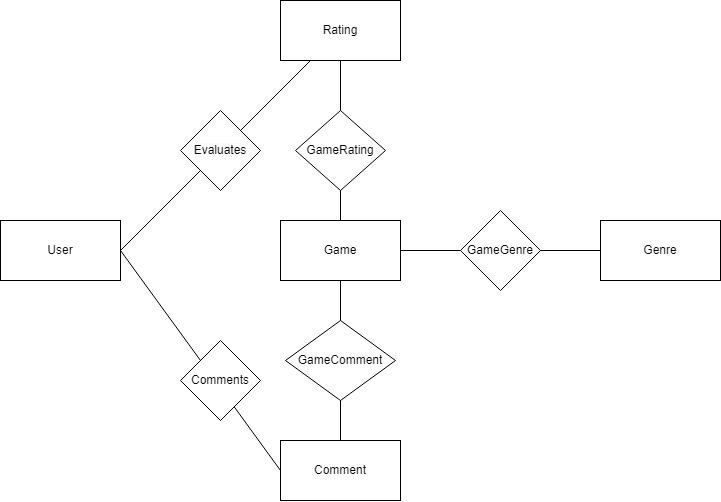
Before: ModeloConceitual.png, a diagram exported from draw.io (joaoGHF/Projeto-Integrador-Web-Senac). Source tidied: cells renumbered, new cells last; positions are measured from the earlier drawing's top-left corner, leaving out a move shared by most shapes. Its diagram source:
```xml
<mxGraphModel>
  <root>
    <mxCell id="0" />
    <mxCell id="1" parent="0" />
    <mxCell id="2" value="Game" style="rounded=0;whiteSpace=wrap;html=1;" parent="1" vertex="1">
      <mxGeometry x="280" y="220" width="120" height="60" as="geometry" />
    </mxCell>
    <mxCell id="3" value="Genre" style="rounded=0;whiteSpace=wrap;html=1;" parent="1" vertex="1">
      <mxGeometry x="600" y="220" width="120" height="60" as="geometry" />
    </mxCell>
    <mxCell id="4" value="Comment" style="rounded=0;whiteSpace=wrap;html=1;" parent="1" vertex="1">
      <mxGeometry x="280" y="440" width="120" height="60" as="geometry" />
    </mxCell>
    <mxCell id="5" value="Rating" style="rounded=0;whiteSpace=wrap;html=1;" parent="1" vertex="1">
      <mxGeometry x="280" width="120" height="60" as="geometry" />
    </mxCell>
    <mxCell id="6" value="User" style="rounded=0;whiteSpace=wrap;html=1;" parent="1" vertex="1">
      <mxGeometry y="220" width="120" height="60" as="geometry" />
    </mxCell>
    <mxCell id="7" style="endArrow=none;html=1;rounded=0;exitX=1;exitY=0.5;exitDx=0;exitDy=0;" parent="1" edge="1" source="6" target="5">
      <mxGeometry relative="1" as="geometry" />
    </mxCell>
    <mxCell id="8" style="endArrow=none;html=1;rounded=0;" parent="1" edge="1" source="2" target="5">
      <mxGeometry relative="1" as="geometry" />
    </mxCell>
    <mxCell id="9" style="endArrow=none;html=1;rounded=0;entryX=0;entryY=0.5;entryDx=0;entryDy=0;exitX=1;exitY=0.5;exitDx=0;exitDy=0;" parent="1" edge="1" source="2" target="3">
      <mxGeometry relative="1" as="geometry" />
    </mxCell>
    <mxCell id="10" style="endArrow=none;html=1;rounded=0;entryX=0.5;entryY=1;entryDx=0;entryDy=0;exitX=0.5;exitY=0;exitDx=0;exitDy=0;" parent="1" edge="1" source="4" target="2">
      <mxGeometry relative="1" as="geometry" />
    </mxCell>
    <mxCell id="11" value="GameRating" style="rhombus;whiteSpace=wrap;html=1;" parent="1" vertex="1">
      <mxGeometry x="295" y="110" width="90" height="80" as="geometry" />
    </mxCell>
    <mxCell id="12" value="GameComment" style="rhombus;whiteSpace=wrap;html=1;" parent="1" vertex="1">
      <mxGeometry x="285" y="320" width="110" height="80" as="geometry" />
    </mxCell>
    <mxCell id="13" value="GameGenre" style="rhombus;whiteSpace=wrap;html=1;" parent="1" vertex="1">
      <mxGeometry x="460" y="210" width="80" height="80" as="geometry" />
    </mxCell>
    <mxCell id="14" style="endArrow=none;html=1;rounded=0;exitX=1;exitY=0.5;exitDx=0;exitDy=0;entryX=0;entryY=0.5;entryDx=0;entryDy=0;" parent="1" edge="1" source="6" target="4">
      <mxGeometry relative="1" as="geometry" />
    </mxCell>
    <mxCell id="15" value="&lt;div style=&quot;text-align: center;&quot;&gt;&lt;span style=&quot;font-family: inherit; text-align: left; background-color: rgb(251, 251, 251);&quot;&gt;Evaluates&lt;/span&gt;&lt;/div&gt;" style="rhombus;whiteSpace=wrap;html=1;" parent="1" vertex="1">
      <mxGeometry x="180" y="110" width="80" height="80" as="geometry" />
    </mxCell>
    <mxCell id="16" value="Comments" style="rhombus;whiteSpace=wrap;html=1;" parent="1" vertex="1">
      <mxGeometry x="180" y="340" width="80" height="80" as="geometry" />
    </mxCell>
  </root>
</mxGraphModel>
```
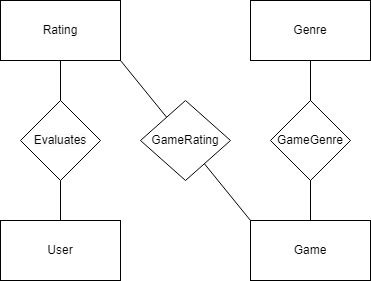
The same file after the commit.

Commit message:
Conceitual Model

Diff of the diagram source:
```diff
@@ -3,49 +3,37 @@
     <mxCell id="0" />
     <mxCell id="1" parent="0" />
     <mxCell id="2" value="Game" style="rounded=0;whiteSpace=wrap;html=1;" parent="1" vertex="1">
-      <mxGeometry x="280" y="220" width="120" height="60" as="geometry" />
+      <mxGeometry x="250" y="220" width="120" height="60" as="geometry" />
     </mxCell>
     <mxCell id="3" value="Genre" style="rounded=0;whiteSpace=wrap;html=1;" parent="1" vertex="1">
-      <mxGeometry x="600" y="220" width="120" height="60" as="geometry" />
+      <mxGeometry x="250" width="120" height="60" as="geometry" />
     </mxCell>
-    <mxCell id="4" value="Comment" style="rounded=0;whiteSpace=wrap;html=1;" parent="1" vertex="1">
-      <mxGeometry x="280" y="440" width="120" height="60" as="geometry" />
-    </mxCell>
     <mxCell id="5" value="Rating" style="rounded=0;whiteSpace=wrap;html=1;" parent="1" vertex="1">
-      <mxGeometry x="280" width="120" height="60" as="geometry" />
+      <mxGeometry width="120" height="60" as="geometry" />
     </mxCell>
     <mxCell id="6" value="User" style="rounded=0;whiteSpace=wrap;html=1;" parent="1" vertex="1">
       <mxGeometry y="220" width="120" height="60" as="geometry" />
     </mxCell>
-    <mxCell id="7" style="endArrow=none;html=1;rounded=0;exitX=1;exitY=0.5;exitDx=0;exitDy=0;" parent="1" edge="1" source="6" target="5">
+    <mxCell id="7" style="endArrow=none;html=1;rounded=0;" parent="1" edge="1" source="15" target="5">
       <mxGeometry relative="1" as="geometry" />
     </mxCell>
-    <mxCell id="8" style="endArrow=none;html=1;rounded=0;" parent="1" edge="1" source="2" target="5">
+    <mxCell id="8" style="endArrow=none;html=1;rounded=0;entryX=1;entryY=1;entryDx=0;entryDy=0;exitX=0;exitY=0;exitDx=0;exitDy=0;" parent="1" edge="1" source="2" target="5">
       <mxGeometry relative="1" as="geometry" />
     </mxCell>
-    <mxCell id="9" style="endArrow=none;html=1;rounded=0;entryX=0;entryY=0.5;entryDx=0;entryDy=0;exitX=1;exitY=0.5;exitDx=0;exitDy=0;" parent="1" edge="1" source="2" target="3">
+    <mxCell id="9" style="endArrow=none;html=1;rounded=0;entryX=0.5;entryY=1;entryDx=0;entryDy=0;" parent="1" edge="1" source="2" target="3">
       <mxGeometry relative="1" as="geometry" />
     </mxCell>
-    <mxCell id="10" style="endArrow=none;html=1;rounded=0;entryX=0.5;entryY=1;entryDx=0;entryDy=0;exitX=0.5;exitY=0;exitDx=0;exitDy=0;" parent="1" edge="1" source="4" target="2">
-      <mxGeometry relative="1" as="geometry" />
-    </mxCell>
     <mxCell id="11" value="GameRating" style="rhombus;whiteSpace=wrap;html=1;" parent="1" vertex="1">
-      <mxGeometry x="295" y="110" width="90" height="80" as="geometry" />
+      <mxGeometry x="140" y="100" width="90" height="80" as="geometry" />
     </mxCell>
-    <mxCell id="12" value="GameComment" style="rhombus;whiteSpace=wrap;html=1;" parent="1" vertex="1">
-      <mxGeometry x="285" y="320" width="110" height="80" as="geometry" />
-    </mxCell>
     <mxCell id="13" value="GameGenre" style="rhombus;whiteSpace=wrap;html=1;" parent="1" vertex="1">
-      <mxGeometry x="460" y="210" width="80" height="80" as="geometry" />
+      <mxGeometry x="270" y="100" width="80" height="80" as="geometry" />
     </mxCell>
-    <mxCell id="14" style="endArrow=none;html=1;rounded=0;exitX=1;exitY=0.5;exitDx=0;exitDy=0;entryX=0;entryY=0.5;entryDx=0;entryDy=0;" parent="1" edge="1" source="6" target="4">
-      <mxGeometry relative="1" as="geometry" />
-    </mxCell>
+    <mxCell id="17" style="endArrow=none;html=1;rounded=0;" parent="1" edge="1" source="6" target="15">
+      <mxGeometry relative="1" as="geometry" />
+    </mxCell>
     <mxCell id="15" value="&lt;div style=&quot;text-align: center;&quot;&gt;&lt;span style=&quot;font-family: inherit; text-align: left; background-color: rgb(251, 251, 251);&quot;&gt;Evaluates&lt;/span&gt;&lt;/div&gt;" style="rhombus;whiteSpace=wrap;html=1;" parent="1" vertex="1">
-      <mxGeometry x="180" y="110" width="80" height="80" as="geometry" />
+      <mxGeometry x="20" y="100" width="80" height="80" as="geometry" />
     </mxCell>
-    <mxCell id="16" value="Comments" style="rhombus;whiteSpace=wrap;html=1;" parent="1" vertex="1">
-      <mxGeometry x="180" y="340" width="80" height="80" as="geometry" />
-    </mxCell>
   </root>
 </mxGraphModel>
```
